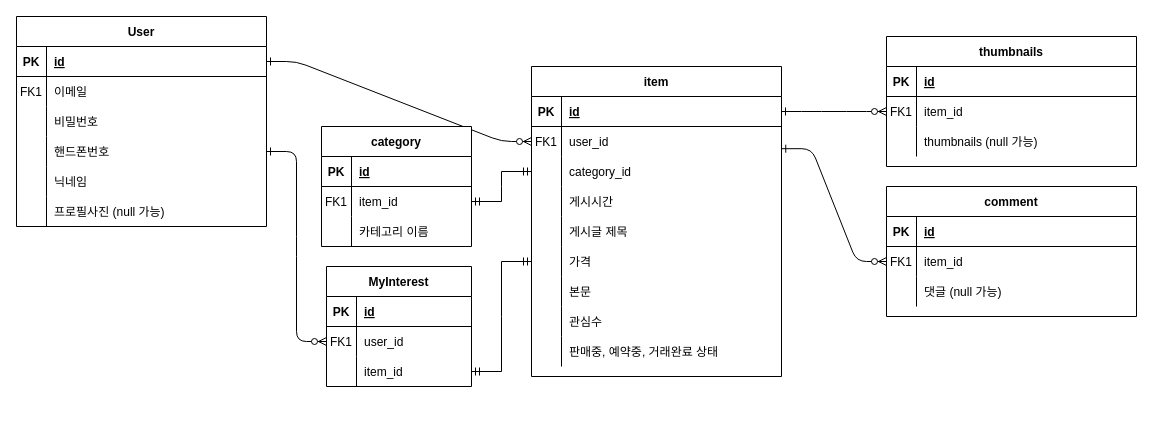
Lee-seungju/drawfile keeps this draw.io diagram as page "Page-1" (1 of 3) of carrot.drawio. Above is the earlier version. Source tidied: cells renumbered, new cells numbered last; positions are measured from the earlier drawing's top-left corner, leaving out a move shared by most shapes. Both pictures are drawn from the tidied source at 100%, with x=0, y=0 at pixel (16, 16).
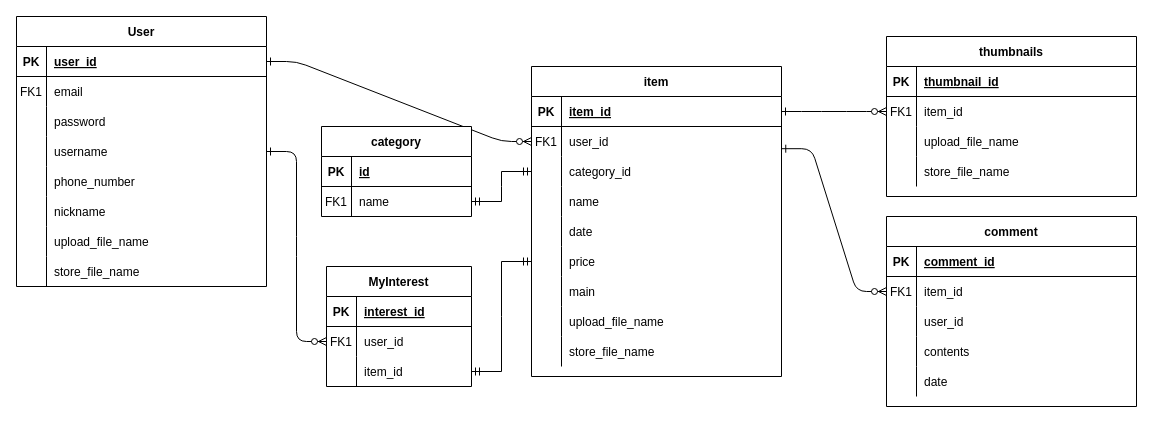
The same page after the edit.

Unchanged cells that the change refers to:
```xml
<mxCell id="5" style="shape=partialRectangle;fillColor=none;points=[[0,0.5],[1,0.5]];portConstraint=eastwest;top=0;left=0;right=0;bottom=1;" parent="4" vertex="1">
  <mxGeometry y="30" width="250" height="30" as="geometry" />
</mxCell>
<mxCell id="14" style="shape=partialRectangle;fillColor=none;top=0;left=0;right=0;bottom=0;" parent="4" vertex="1">
  <mxGeometry y="120" width="250" height="30" as="geometry" />
</mxCell>
<mxCell id="17" style="shape=partialRectangle;fillColor=none;top=0;left=0;right=0;bottom=0;" parent="4" vertex="1">
  <mxGeometry y="150" width="250" height="30" as="geometry" />
</mxCell>
<mxCell id="20" style="shape=partialRectangle;fillColor=none;points=[[0,0.5],[1,0.5]];portConstraint=eastwest;top=0;left=0;right=0;bottom=0;" parent="4" vertex="1">
  <mxGeometry y="180" width="250" height="30" as="geometry" />
</mxCell>
<mxCell id="23" style="shape=partialRectangle;fillColor=none;top=0;left=0;right=0;bottom=0;" parent="4" vertex="1">
  <mxGeometry y="210" width="250" height="30" as="geometry" />
</mxCell>
<mxCell id="26" style="shape=partialRectangle;fillColor=none;top=0;left=0;right=0;bottom=0;" parent="4" vertex="1">
  <mxGeometry y="240" width="250" height="30" as="geometry" />
</mxCell>
<mxCell id="29" style="shape=partialRectangle;fillColor=none;top=0;left=0;right=0;bottom=0;" parent="4" vertex="1">
  <mxGeometry y="270" width="250" height="30" as="geometry" />
</mxCell>
<mxCell id="33" style="shape=partialRectangle;fillColor=none;top=0;left=0;right=0;bottom=1;" parent="32" vertex="1">
  <mxGeometry y="30" width="250" height="30" as="geometry" />
</mxCell>
<mxCell id="39" style="shape=partialRectangle;fillColor=none;top=0;left=0;right=0;bottom=0;" parent="32" vertex="1">
  <mxGeometry y="90" width="250" height="30" as="geometry" />
</mxCell>
<mxCell id="43" style="shape=partialRectangle;fillColor=none;top=0;left=0;right=0;bottom=1;" parent="42" vertex="1">
  <mxGeometry y="30" width="145" height="30" as="geometry" />
</mxCell>
<mxCell id="53" style="shape=partialRectangle;fillColor=none;points=[[0,0.5],[1,0.5]];portConstraint=eastwest;top=0;left=0;right=0;bottom=1;" parent="52" vertex="1">
  <mxGeometry y="30" width="250" height="30" as="geometry" />
</mxCell>
<mxCell id="56" style="shape=partialRectangle;fillColor=none;top=0;left=0;right=0;bottom=0;" parent="52" vertex="1">
  <mxGeometry y="60" width="250" height="30" as="geometry" />
</mxCell>
<mxCell id="59" style="shape=partialRectangle;fillColor=none;top=0;left=0;right=0;bottom=0;" parent="52" vertex="1">
  <mxGeometry y="90" width="250" height="30" as="geometry" />
</mxCell>
<mxCell id="62" style="shape=partialRectangle;fillColor=none;points=[[0,0.5],[1,0.5]];portConstraint=eastwest;top=0;left=0;right=0;bottom=0;" parent="52" vertex="1">
  <mxGeometry y="120" width="250" height="30" as="geometry" />
</mxCell>
<mxCell id="65" style="shape=partialRectangle;fillColor=none;top=0;left=0;right=0;bottom=0;" parent="52" vertex="1">
  <mxGeometry y="150" width="250" height="30" as="geometry" />
</mxCell>
<mxCell id="68" style="shape=partialRectangle;fillColor=none;top=0;left=0;right=0;bottom=0;" parent="52" vertex="1">
  <mxGeometry y="180" width="250" height="30" as="geometry" />
</mxCell>
<mxCell id="73" style="shape=partialRectangle;fillColor=none;top=0;left=0;right=0;bottom=1;" parent="72" vertex="1">
  <mxGeometry y="30" width="250" height="30" as="geometry" />
</mxCell>
<mxCell id="79" style="shape=partialRectangle;fillColor=none;top=0;left=0;right=0;bottom=0;" parent="72" vertex="1">
  <mxGeometry y="90" width="250" height="30" as="geometry" />
</mxCell>
<mxCell id="88" style="shape=partialRectangle;fillColor=none;points=[[0,0.5],[1,0.5]];portConstraint=eastwest;top=0;left=0;right=0;bottom=0;" parent="84" vertex="1">
  <mxGeometry y="60" width="150" height="30" as="geometry" />
</mxCell>
```

Diff of the diagram source:
```diff
@@
-    <mxCell id="7" value="id" style="shape=partialRectangle;overflow=hidden;fillColor=none;top=0;left=0;bottom=0;right=0;align=left;spacingLeft=6;fontStyle=5;" parent="5" vertex="1">
+    <mxCell id="7" value="item_id" style="shape=partialRectangle;overflow=hidden;fillColor=none;top=0;left=0;bottom=0;right=0;align=left;spacingLeft=6;fontStyle=5;" parent="5" vertex="1">
       <mxGeometry x="30" width="220" height="30" as="geometry" />
     </mxCell>
@@
-    <mxCell id="16" value="게시시간" style="shape=partialRectangle;overflow=hidden;fillColor=none;top=0;left=0;bottom=0;right=0;align=left;spacingLeft=6;" parent="14" vertex="1">
+    <mxCell id="16" value="name" style="shape=partialRectangle;overflow=hidden;fillColor=none;top=0;left=0;bottom=0;right=0;align=left;spacingLeft=6;" parent="14" vertex="1">
       <mxGeometry x="30" width="220" height="30" as="geometry" />
     </mxCell>
@@
-    <mxCell id="19" value="게시글 제목" style="shape=partialRectangle;overflow=hidden;fillColor=none;top=0;left=0;bottom=0;right=0;align=left;spacingLeft=6;" parent="17" vertex="1">
+    <mxCell id="19" value="date" style="shape=partialRectangle;overflow=hidden;fillColor=none;top=0;left=0;bottom=0;right=0;align=left;spacingLeft=6;" parent="17" vertex="1">
       <mxGeometry x="30" width="220" height="30" as="geometry" />
     </mxCell>
@@
-    <mxCell id="22" value="가격" style="shape=partialRectangle;overflow=hidden;fillColor=none;top=0;left=0;bottom=0;right=0;align=left;spacingLeft=6;" parent="20" vertex="1">
+    <mxCell id="22" value="price" style="shape=partialRectangle;overflow=hidden;fillColor=none;top=0;left=0;bottom=0;right=0;align=left;spacingLeft=6;" parent="20" vertex="1">
       <mxGeometry x="30" width="220" height="30" as="geometry" />
     </mxCell>
@@
-    <mxCell id="25" value="본문" style="shape=partialRectangle;overflow=hidden;fillColor=none;top=0;left=0;bottom=0;right=0;align=left;spacingLeft=6;" parent="23" vertex="1">
+    <mxCell id="25" value="main" style="shape=partialRectangle;overflow=hidden;fillColor=none;top=0;left=0;bottom=0;right=0;align=left;spacingLeft=6;" parent="23" vertex="1">
       <mxGeometry x="30" width="220" height="30" as="geometry" />
     </mxCell>
@@
-    <mxCell id="28" value="관심수" style="shape=partialRectangle;overflow=hidden;fillColor=none;top=0;left=0;bottom=0;right=0;align=left;spacingLeft=6;" parent="26" vertex="1">
+    <mxCell id="28" value="upload_file_name" style="shape=partialRectangle;overflow=hidden;fillColor=none;top=0;left=0;bottom=0;right=0;align=left;spacingLeft=6;" parent="26" vertex="1">
       <mxGeometry x="30" width="220" height="30" as="geometry" />
     </mxCell>
@@
-    <mxCell id="31" value="판매중, 예약중, 거래완료 상태" style="shape=partialRectangle;overflow=hidden;fillColor=none;top=0;left=0;bottom=0;right=0;align=left;spacingLeft=6;" parent="29" vertex="1">
+    <mxCell id="31" value="store_file_name" style="shape=partialRectangle;overflow=hidden;fillColor=none;top=0;left=0;bottom=0;right=0;align=left;spacingLeft=6;" parent="29" vertex="1">
       <mxGeometry x="30" width="220" height="30" as="geometry" />
     </mxCell>
     <mxCell id="32" value="thumbnails" style="shape=table;startSize=30;childLayout=tableLayout;rowLines=0;fontStyle=1;align=center;" parent="1" vertex="1">
-      <mxGeometry x="870" y="20" width="250" height="130" as="geometry" />
+      <mxGeometry x="870" y="20" width="250" height="160" as="geometry" />
     </mxCell>
@@
-    <mxCell id="35" value="id" style="shape=partialRectangle;overflow=hidden;fillColor=none;top=0;left=0;bottom=0;right=0;align=left;spacingLeft=6;fontStyle=5;" parent="33" vertex="1">
+    <mxCell id="35" value="thumbnail_id" style="shape=partialRectangle;overflow=hidden;fillColor=none;top=0;left=0;bottom=0;right=0;align=left;spacingLeft=6;fontStyle=5;" parent="33" vertex="1">
       <mxGeometry x="30" width="220" height="30" as="geometry" />
     </mxCell>
@@
-    <mxCell id="41" value="thumbnails (null 가능)" style="shape=partialRectangle;overflow=hidden;fillColor=none;top=0;left=0;bottom=0;right=0;align=left;spacingLeft=6;" parent="39" vertex="1">
+    <mxCell id="41" value="upload_file_name" style="shape=partialRectangle;overflow=hidden;fillColor=none;top=0;left=0;bottom=0;right=0;align=left;spacingLeft=6;" parent="39" vertex="1">
       <mxGeometry x="30" width="220" height="30" as="geometry" />
     </mxCell>
+    <mxCell id="95" style="shape=partialRectangle;fillColor=none;top=0;left=0;right=0;bottom=0;" parent="32" vertex="1">
+      <mxGeometry y="120" width="250" height="30" as="geometry" />
+    </mxCell>
+    <mxCell id="96" style="shape=partialRectangle;overflow=hidden;fillColor=none;top=0;left=0;bottom=0;right=0;" parent="95" vertex="1">
+      <mxGeometry width="30" height="30" as="geometry" />
+    </mxCell>
+    <mxCell id="97" value="store_file_name" style="shape=partialRectangle;overflow=hidden;fillColor=none;top=0;left=0;bottom=0;right=0;align=left;spacingLeft=6;" parent="95" vertex="1">
+      <mxGeometry x="30" width="220" height="30" as="geometry" />
+    </mxCell>
@@
-    <mxCell id="45" value="id" style="shape=partialRectangle;overflow=hidden;fillColor=none;top=0;left=0;bottom=0;right=0;align=left;spacingLeft=6;fontStyle=5;" parent="43" vertex="1">
+    <mxCell id="45" value="interest_id" style="shape=partialRectangle;overflow=hidden;fillColor=none;top=0;left=0;bottom=0;right=0;align=left;spacingLeft=6;fontStyle=5;" parent="43" vertex="1">
       <mxGeometry x="30" width="115" height="30" as="geometry" />
     </mxCell>
@@
     <mxCell id="52" value="User" style="shape=table;startSize=30;childLayout=tableLayout;rowLines=0;fontStyle=1;align=center;horizontal=1;flipV=0;flipH=0;" parent="1" vertex="1">
-      <mxGeometry width="250" height="210" as="geometry" />
+      <mxGeometry width="250" height="270" as="geometry" />
     </mxCell>
@@
-    <mxCell id="55" value="id" style="shape=partialRectangle;overflow=hidden;fillColor=none;top=0;left=0;bottom=0;right=0;align=left;spacingLeft=6;fontStyle=5;" parent="53" vertex="1">
+    <mxCell id="55" value="user_id" style="shape=partialRectangle;overflow=hidden;fillColor=none;top=0;left=0;bottom=0;right=0;align=left;spacingLeft=6;fontStyle=5;" parent="53" vertex="1">
       <mxGeometry x="30" width="220" height="30" as="geometry" />
     </mxCell>
@@
-    <mxCell id="58" value="이메일" style="shape=partialRectangle;overflow=hidden;fillColor=none;top=0;left=0;bottom=0;right=0;align=left;spacingLeft=6;verticalAlign=middle;" parent="56" vertex="1">
+    <mxCell id="58" value="email" style="shape=partialRectangle;overflow=hidden;fillColor=none;top=0;left=0;bottom=0;right=0;align=left;spacingLeft=6;verticalAlign=middle;" parent="56" vertex="1">
       <mxGeometry x="30" width="220" height="30" as="geometry" />
     </mxCell>
@@
-    <mxCell id="61" value="비밀번호" style="shape=partialRectangle;overflow=hidden;fillColor=none;top=0;left=0;bottom=0;right=0;align=left;spacingLeft=6;verticalAlign=middle;" parent="59" vertex="1">
+    <mxCell id="61" value="password" style="shape=partialRectangle;overflow=hidden;fillColor=none;top=0;left=0;bottom=0;right=0;align=left;spacingLeft=6;verticalAlign=middle;" parent="59" vertex="1">
       <mxGeometry x="30" width="220" height="30" as="geometry" />
     </mxCell>
@@
-    <mxCell id="64" value="핸드폰번호" style="shape=partialRectangle;overflow=hidden;fillColor=none;top=0;left=0;bottom=0;right=0;align=left;spacingLeft=6;verticalAlign=middle;" parent="62" vertex="1">
+    <mxCell id="64" value="username" style="shape=partialRectangle;overflow=hidden;fillColor=none;top=0;left=0;bottom=0;right=0;align=left;spacingLeft=6;verticalAlign=middle;" parent="62" vertex="1">
       <mxGeometry x="30" width="220" height="30" as="geometry" />
     </mxCell>
@@
-    <mxCell id="67" value="닉네임" style="shape=partialRectangle;overflow=hidden;fillColor=none;top=0;left=0;bottom=0;right=0;align=left;spacingLeft=6;verticalAlign=middle;" parent="65" vertex="1">
+    <mxCell id="67" value="phone_number" style="shape=partialRectangle;overflow=hidden;fillColor=none;top=0;left=0;bottom=0;right=0;align=left;spacingLeft=6;verticalAlign=middle;" parent="65" vertex="1">
       <mxGeometry x="30" width="220" height="30" as="geometry" />
     </mxCell>
@@
-    <mxCell id="70" value="프로필사진 (null 가능)" style="shape=partialRectangle;overflow=hidden;fillColor=none;top=0;left=0;bottom=0;right=0;align=left;spacingLeft=6;verticalAlign=middle;" parent="68" vertex="1">
+    <mxCell id="70" value="nickname" style="shape=partialRectangle;overflow=hidden;fillColor=none;top=0;left=0;bottom=0;right=0;align=left;spacingLeft=6;verticalAlign=middle;" parent="68" vertex="1">
       <mxGeometry x="30" width="220" height="30" as="geometry" />
     </mxCell>
+    <mxCell id="98" style="shape=partialRectangle;fillColor=none;top=0;left=0;right=0;bottom=0;" parent="52" vertex="1">
+      <mxGeometry y="210" width="250" height="30" as="geometry" />
+    </mxCell>
+    <mxCell id="99" style="shape=partialRectangle;overflow=hidden;fillColor=none;top=0;left=0;bottom=0;right=0;" parent="98" vertex="1">
+      <mxGeometry width="30" height="30" as="geometry" />
+    </mxCell>
+    <mxCell id="100" value="upload_file_name" style="shape=partialRectangle;overflow=hidden;fillColor=none;top=0;left=0;bottom=0;right=0;align=left;spacingLeft=6;verticalAlign=middle;" parent="98" vertex="1">
+      <mxGeometry x="30" width="220" height="30" as="geometry" />
+    </mxCell>
+    <mxCell id="101" style="shape=partialRectangle;fillColor=none;top=0;left=0;right=0;bottom=0;" parent="52" vertex="1">
+      <mxGeometry y="240" width="250" height="30" as="geometry" />
+    </mxCell>
+    <mxCell id="102" style="shape=partialRectangle;overflow=hidden;fillColor=none;top=0;left=0;bottom=0;right=0;" parent="101" vertex="1">
+      <mxGeometry width="30" height="30" as="geometry" />
+    </mxCell>
+    <mxCell id="103" value="store_file_name" style="shape=partialRectangle;overflow=hidden;fillColor=none;top=0;left=0;bottom=0;right=0;align=left;spacingLeft=6;verticalAlign=middle;" parent="101" vertex="1">
+      <mxGeometry x="30" width="220" height="30" as="geometry" />
+    </mxCell>
@@
     <mxCell id="72" value="comment" style="shape=table;startSize=30;childLayout=tableLayout;rowLines=0;fontStyle=1;align=center;" parent="1" vertex="1">
-      <mxGeometry x="870" y="170" width="250" height="130" as="geometry" />
+      <mxGeometry x="870" y="200" width="250" height="190" as="geometry" />
     </mxCell>
@@
-    <mxCell id="75" value="id" style="shape=partialRectangle;overflow=hidden;fillColor=none;top=0;left=0;bottom=0;right=0;align=left;spacingLeft=6;fontStyle=5;" parent="73" vertex="1">
+    <mxCell id="75" value="comment_id" style="shape=partialRectangle;overflow=hidden;fillColor=none;top=0;left=0;bottom=0;right=0;align=left;spacingLeft=6;fontStyle=5;" parent="73" vertex="1">
       <mxGeometry x="30" width="220" height="30" as="geometry" />
     </mxCell>
@@
-    <mxCell id="81" value="댓글 (null 가능)" style="shape=partialRectangle;overflow=hidden;fillColor=none;top=0;left=0;bottom=0;right=0;align=left;spacingLeft=6;" parent="79" vertex="1">
+    <mxCell id="81" value="user_id" style="shape=partialRectangle;overflow=hidden;fillColor=none;top=0;left=0;bottom=0;right=0;align=left;spacingLeft=6;" parent="79" vertex="1">
       <mxGeometry x="30" width="220" height="30" as="geometry" />
     </mxCell>
+    <mxCell id="104" style="shape=partialRectangle;fillColor=none;top=0;left=0;right=0;bottom=0;" parent="72" vertex="1">
+      <mxGeometry y="120" width="250" height="30" as="geometry" />
+    </mxCell>
+    <mxCell id="105" style="shape=partialRectangle;overflow=hidden;fillColor=none;top=0;left=0;bottom=0;right=0;" parent="104" vertex="1">
+      <mxGeometry width="30" height="30" as="geometry" />
+    </mxCell>
+    <mxCell id="106" value="contents" style="shape=partialRectangle;overflow=hidden;fillColor=none;top=0;left=0;bottom=0;right=0;align=left;spacingLeft=6;" parent="104" vertex="1">
+      <mxGeometry x="30" width="220" height="30" as="geometry" />
+    </mxCell>
+    <mxCell id="107" style="shape=partialRectangle;fillColor=none;top=0;left=0;right=0;bottom=0;" parent="72" vertex="1">
+      <mxGeometry y="150" width="250" height="30" as="geometry" />
+    </mxCell>
+    <mxCell id="108" style="shape=partialRectangle;overflow=hidden;fillColor=none;top=0;left=0;bottom=0;right=0;" parent="107" vertex="1">
+      <mxGeometry width="30" height="30" as="geometry" />
+    </mxCell>
+    <mxCell id="109" value="date" style="shape=partialRectangle;overflow=hidden;fillColor=none;top=0;left=0;bottom=0;right=0;align=left;spacingLeft=6;" parent="107" vertex="1">
+      <mxGeometry x="30" width="220" height="30" as="geometry" />
+    </mxCell>
@@
     <mxCell id="84" value="category" style="shape=table;startSize=30;childLayout=tableLayout;rowLines=0;fontStyle=1;align=center;" parent="1" vertex="1">
-      <mxGeometry x="305" y="110" width="150" height="120" as="geometry" />
+      <mxGeometry x="305" y="110" width="150" height="90" as="geometry" />
     </mxCell>
@@
-    <mxCell id="90" value="item_id" style="shape=partialRectangle;overflow=hidden;fillColor=none;top=0;left=0;bottom=0;right=0;align=left;spacingLeft=6;" parent="88" vertex="1">
+    <mxCell id="90" value="name" style="shape=partialRectangle;overflow=hidden;fillColor=none;top=0;left=0;bottom=0;right=0;align=left;spacingLeft=6;" parent="88" vertex="1">
       <mxGeometry x="30" width="120" height="30" as="geometry" />
     </mxCell>
-    <mxCell id="91" style="shape=partialRectangle;fillColor=none;top=0;left=0;right=0;bottom=0;" parent="84" vertex="1">
-      <mxGeometry y="90" width="150" height="30" as="geometry" />
-    </mxCell>
-    <mxCell id="92" style="shape=partialRectangle;overflow=hidden;fillColor=none;top=0;left=0;bottom=0;right=0;" parent="91" vertex="1">
-      <mxGeometry width="30" height="30" as="geometry" />
-    </mxCell>
-    <mxCell id="93" value="카테고리 이름" style="shape=partialRectangle;overflow=hidden;fillColor=none;top=0;left=0;bottom=0;right=0;align=left;spacingLeft=6;" parent="91" vertex="1">
-      <mxGeometry x="30" width="120" height="30" as="geometry" />
-    </mxCell>
```
